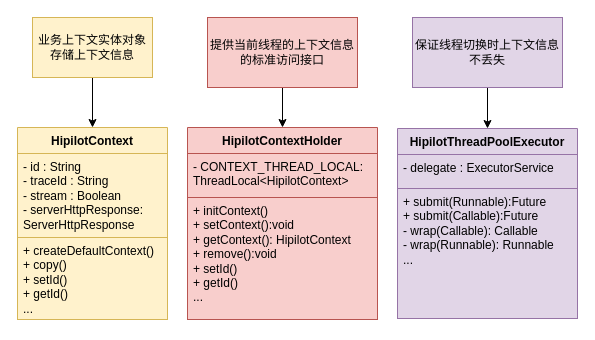
Before: aigc-hipilot设计.drawio in msb8080/my-diagrams, a draw.io diagram. Source tidied: cells renumbered, new cells numbered last; positions are measured from the earlier drawing's top-left corner, leaving out a move shared by most shapes. Both pictures are drawn from the tidied source at 100%, with x=0, y=0 at pixel (17, 17).
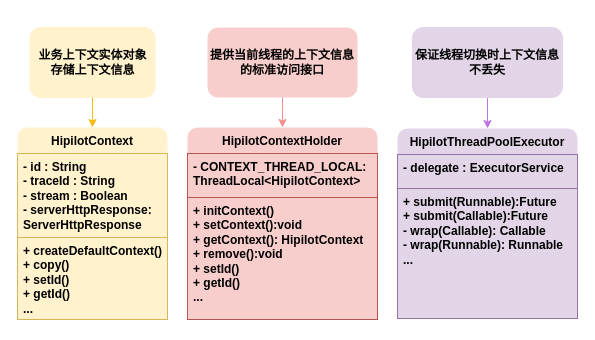
The same page after the edit.

Change to the diagram source:
```diff
@@
 <mxGraphModel>
   <root>
     <mxCell id="0" />
     <mxCell id="1" parent="0" />
-    <mxCell id="2" value="HipilotContext" style="swimlane;fontStyle=1;align=center;verticalAlign=top;horizontal=1;startSize=26;whiteSpace=wrap;html=1;fillColor=#fff2cc;strokeColor=#d6b656;" parent="1" vertex="1">
+    <mxCell id="2" value="HipilotContext" style="swimlane;fontStyle=1;align=center;verticalAlign=top;horizontal=1;startSize=26;whiteSpace=wrap;html=1;fillColor=#fff2cc;strokeColor=none;rounded=1;" parent="1" vertex="1">
       <mxGeometry y="110" width="150" height="192" as="geometry" />
     </mxCell>
-    <mxCell id="3" value="- id : String&lt;br&gt;- traceId : String&lt;br&gt;- stream : Boolean&lt;br&gt;- serverHttpResponse: &lt;br&gt;ServerHttpResponse&lt;br&gt;&amp;nbsp;" style="text;strokeColor=#d6b656;fillColor=#fff2cc;align=left;verticalAlign=top;spacingLeft=4;spacingRight=4;overflow=hidden;whiteSpace=wrap;html=1;" parent="2" vertex="1">
+    <mxCell id="3" value="- id : String&lt;br&gt;- traceId : String&lt;br&gt;- stream : Boolean&lt;br&gt;- serverHttpResponse: &lt;br&gt;ServerHttpResponse&lt;br&gt;&amp;nbsp;" style="text;strokeColor=#d6b656;fillColor=#fff2cc;align=left;verticalAlign=top;spacingLeft=4;spacingRight=4;overflow=hidden;whiteSpace=wrap;html=1;rounded=0;glass=0;fontStyle=1;" parent="2" vertex="1">
       <mxGeometry y="26" width="150" height="84" as="geometry" />
     </mxCell>
-    <mxCell id="4" value="+ createDefaultContext()&lt;br&gt;+ copy()&lt;br&gt;+ setId()&lt;br&gt;+ getId()&lt;br&gt;..." style="text;strokeColor=#d6b656;fillColor=#fff2cc;align=left;verticalAlign=top;spacingLeft=4;spacingRight=4;overflow=hidden;whiteSpace=wrap;html=1;" parent="2" vertex="1">
+    <mxCell id="4" value="+ createDefaultContext()&lt;br&gt;+ copy()&lt;br&gt;+ setId()&lt;br&gt;+ getId()&lt;br&gt;..." style="text;strokeColor=#d6b656;fillColor=#fff2cc;align=left;verticalAlign=top;spacingLeft=4;spacingRight=4;overflow=hidden;whiteSpace=wrap;html=1;rounded=0;fontStyle=1;" parent="2" vertex="1">
       <mxGeometry y="110" width="150" height="82" as="geometry" />
     </mxCell>
-    <mxCell id="5" value="HipilotContextHolder" style="swimlane;fontStyle=1;align=center;verticalAlign=top;horizontal=1;startSize=26;whiteSpace=wrap;html=1;fillColor=#f8cecc;strokeColor=#b85450;" parent="1" vertex="1">
+    <mxCell id="5" value="HipilotContextHolder" style="swimlane;fontStyle=1;align=center;verticalAlign=top;horizontal=1;startSize=26;whiteSpace=wrap;html=1;fillColor=#f8cecc;strokeColor=none;rounded=1;" parent="1" vertex="1">
       <mxGeometry x="170" y="110" width="190" height="192" as="geometry" />
     </mxCell>
-    <mxCell id="6" value="- CONTEXT_THREAD_LOCAL: ThreadLocal&amp;lt;HipilotContext&amp;gt;" style="text;strokeColor=#b85450;fillColor=#f8cecc;align=left;verticalAlign=top;spacingLeft=4;spacingRight=4;overflow=hidden;whiteSpace=wrap;html=1;" parent="5" vertex="1">
+    <mxCell id="6" value="- CONTEXT_THREAD_LOCAL: ThreadLocal&amp;lt;HipilotContext&amp;gt;" style="text;strokeColor=#b85450;fillColor=#f8cecc;align=left;verticalAlign=top;spacingLeft=4;spacingRight=4;overflow=hidden;whiteSpace=wrap;html=1;fontStyle=1;" parent="5" vertex="1">
       <mxGeometry y="26" width="190" height="44" as="geometry" />
     </mxCell>
-    <mxCell id="7" value="+ initContext()&lt;br&gt;+ setContext():void&lt;br&gt;+ getContext(): HipilotContext&lt;br&gt;+ remove():void&lt;br&gt;+ setId()&lt;br&gt;+ getId()&lt;br&gt;..." style="text;strokeColor=#b85450;fillColor=#f8cecc;align=left;verticalAlign=top;spacingLeft=4;spacingRight=4;overflow=hidden;whiteSpace=wrap;html=1;" parent="5" vertex="1">
+    <mxCell id="7" value="+ initContext()&lt;br&gt;+ setContext():void&lt;br&gt;+ getContext(): HipilotContext&lt;br&gt;+ remove():void&lt;br&gt;+ setId()&lt;br&gt;+ getId()&lt;br&gt;..." style="text;strokeColor=#b85450;fillColor=#f8cecc;align=left;verticalAlign=top;spacingLeft=4;spacingRight=4;overflow=hidden;whiteSpace=wrap;html=1;fontStyle=1;" parent="5" vertex="1">
       <mxGeometry y="70" width="190" height="122" as="geometry" />
     </mxCell>
-    <mxCell id="8" value="HipilotThreadPoolExecutor" style="swimlane;fontStyle=1;align=center;verticalAlign=top;horizontal=1;startSize=26;whiteSpace=wrap;html=1;fillColor=#e1d5e7;strokeColor=#9673a6;" parent="1" vertex="1">
+    <mxCell id="8" value="HipilotThreadPoolExecutor" style="swimlane;fontStyle=1;align=center;verticalAlign=top;horizontal=1;startSize=26;whiteSpace=wrap;html=1;fillColor=#e1d5e7;strokeColor=none;rounded=1;swimlaneLine=1;" parent="1" vertex="1">
       <mxGeometry x="380" y="111" width="180" height="190" as="geometry" />
     </mxCell>
-    <mxCell id="9" value="- delegate : ExecutorService" style="text;strokeColor=#9673a6;fillColor=#e1d5e7;align=left;verticalAlign=top;spacingLeft=4;spacingRight=4;overflow=hidden;whiteSpace=wrap;html=1;" parent="8" vertex="1">
+    <mxCell id="9" value="- delegate : ExecutorService" style="text;strokeColor=#9673a6;fillColor=#e1d5e7;align=left;verticalAlign=top;spacingLeft=4;spacingRight=4;overflow=hidden;whiteSpace=wrap;html=1;fontStyle=1;" parent="8" vertex="1">
       <mxGeometry y="26" width="180" height="34" as="geometry" />
     </mxCell>
-    <mxCell id="10" value="+ submit(Runnable):Future&lt;br&gt;+ submit(Callable):Future&lt;br&gt;- wrap(Callable): Callable&lt;br&gt;- wrap(Runnable): Runnable&lt;br&gt;..." style="text;strokeColor=#9673a6;fillColor=#e1d5e7;align=left;verticalAlign=top;spacingLeft=4;spacingRight=4;overflow=hidden;whiteSpace=wrap;html=1;" parent="8" vertex="1">
+    <mxCell id="10" value="+ submit(Runnable):Future&lt;br&gt;+ submit(Callable):Future&lt;br&gt;- wrap(Callable): Callable&lt;br&gt;- wrap(Runnable): Runnable&lt;br&gt;..." style="text;strokeColor=#9673a6;fillColor=#e1d5e7;align=left;verticalAlign=top;spacingLeft=4;spacingRight=4;overflow=hidden;whiteSpace=wrap;html=1;fontStyle=1;" parent="8" vertex="1">
       <mxGeometry y="60" width="180" height="130" as="geometry" />
     </mxCell>
-    <mxCell id="11" style="edgeStyle=orthogonalEdgeStyle;rounded=0;jettySize=auto;html=1;entryX=0.5;entryY=0;entryDx=0;entryDy=0;" parent="1" edge="1" source="12" target="2">
-      <mxGeometry relative="1" as="geometry" />
+    <mxCell id="11" style="edgeStyle=orthogonalEdgeStyle;rounded=0;jettySize=auto;html=1;entryX=0.5;entryY=0;entryDx=0;entryDy=0;strokeColor=#f6bb09;" parent="1" edge="1" source="12" target="2">
+      <mxGeometry relative="1" as="geometry">
+        <Array as="points">
+          <mxPoint x="75" y="90" />
+          <mxPoint x="75" y="90" />
+        </Array>
+      </mxGeometry>
     </mxCell>
-    <mxCell id="12" value="业务上下文实体对象&lt;br&gt;存储上下文信息" style="rounded=0;whiteSpace=wrap;html=1;fillColor=#fff2cc;strokeColor=#d6b656;" parent="1" vertex="1">
-      <mxGeometry x="15" width="120" height="60" as="geometry" />
+    <mxCell id="12" value="业务上下文实体对象&lt;br&gt;存储上下文信息" style="rounded=1;whiteSpace=wrap;html=1;fillColor=#fff2cc;strokeColor=#fff2cc;shadow=0;fontStyle=1;" parent="1" vertex="1">
+      <mxGeometry x="12.5" y="10" width="125" height="70" as="geometry" />
     </mxCell>
-    <mxCell id="13" style="edgeStyle=orthogonalEdgeStyle;rounded=0;jettySize=auto;html=1;entryX=0.5;entryY=0;entryDx=0;entryDy=0;" parent="1" edge="1" source="14" target="5">
+    <mxCell id="13" style="edgeStyle=orthogonalEdgeStyle;rounded=0;jettySize=auto;html=1;entryX=0.5;entryY=0;entryDx=0;entryDy=0;strokeColor=#f4908b;fontStyle=1;" parent="1" edge="1" source="14" target="5">
       <mxGeometry relative="1" as="geometry" />
     </mxCell>
-    <mxCell id="14" value="提供当前线程的上下文信息的标准访问接口" style="rounded=0;whiteSpace=wrap;html=1;fillColor=#f8cecc;strokeColor=#b85450;" parent="1" vertex="1">
-      <mxGeometry x="190" width="150" height="70" as="geometry" />
+    <mxCell id="14" value="提供当前线程的上下文信息的标准访问接口" style="rounded=1;whiteSpace=wrap;html=1;fillColor=#f8cecc;strokeColor=none;shadow=0;fontStyle=1;" parent="1" vertex="1">
+      <mxGeometry x="190" y="10" width="150" height="70" as="geometry" />
     </mxCell>
-    <mxCell id="15" style="edgeStyle=orthogonalEdgeStyle;rounded=0;jettySize=auto;html=1;entryX=0.5;entryY=0;entryDx=0;entryDy=0;" parent="1" edge="1" source="16" target="8">
+    <mxCell id="15" style="edgeStyle=orthogonalEdgeStyle;rounded=0;jettySize=auto;html=1;entryX=0.5;entryY=0;entryDx=0;entryDy=0;strokeColor=#c173e7;" parent="1" edge="1" source="16" target="8">
       <mxGeometry relative="1" as="geometry" />
     </mxCell>
-    <mxCell id="16" value="保证线程切换时上下文信息不丢失" style="rounded=0;whiteSpace=wrap;html=1;fillColor=#e1d5e7;strokeColor=#9673a6;" parent="1" vertex="1">
-      <mxGeometry x="395" width="150" height="70" as="geometry" />
+    <mxCell id="16" value="保证线程切换时上下文信息不丢失" style="rounded=1;whiteSpace=wrap;html=1;fillColor=#e1d5e7;strokeColor=#e1d5e7;shadow=0;fontStyle=1;" parent="1" vertex="1">
+      <mxGeometry x="395" y="10" width="150" height="70" as="geometry" />
     </mxCell>
   </root>
 </mxGraphModel>
```
